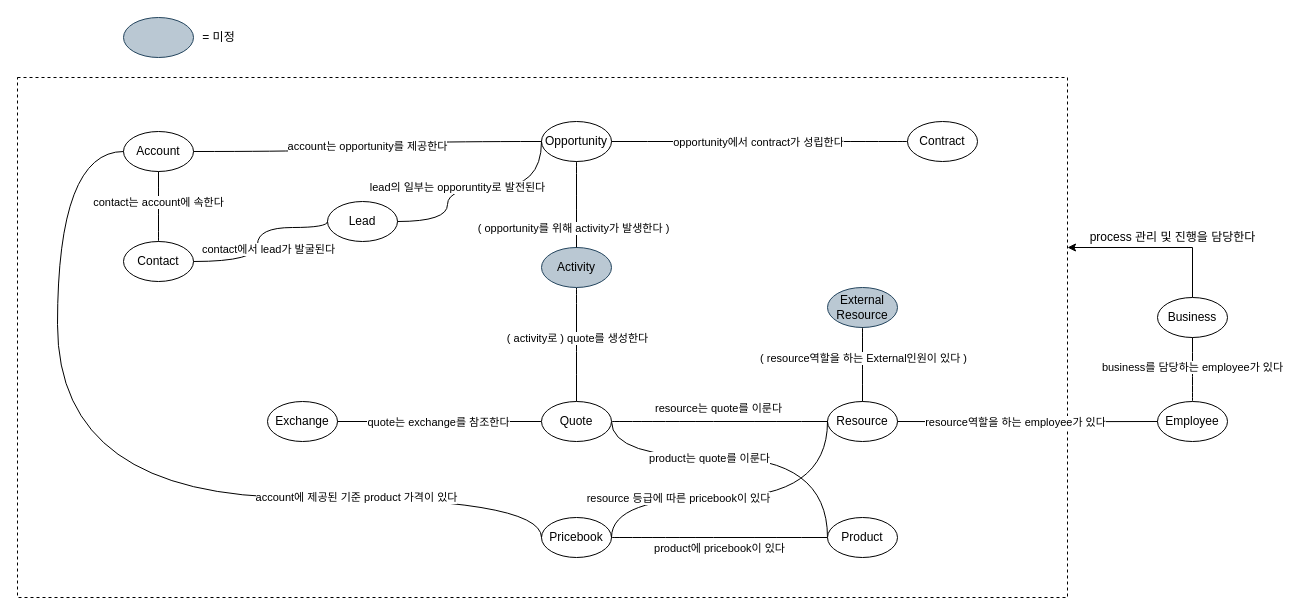
Above: page "개념설계_수정" (2 of 3) of newyork프로젝트_개념설계.drawio in cknet-saleforce/newyork (draw.io), before the change. Source tidied: cells renumbered, new cells numbered last; positions are measured from the earlier drawing's top-left corner, leaving out a move shared by most shapes. Both pictures are drawn from the tidied source at 100%, with x=0, y=0 at pixel (17, 17).
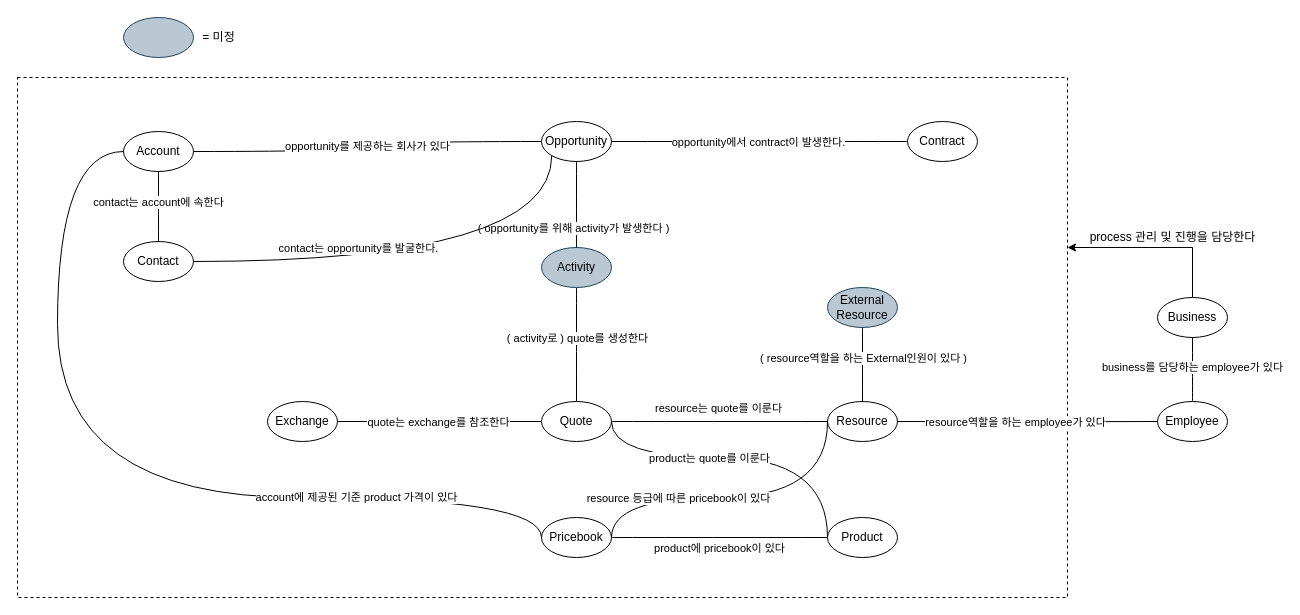
The same page after the edit.

The change refers to these unchanged cells:
```xml
<mxCell id="4" value="Account" style="ellipse;whiteSpace=wrap;html=1;" parent="1" vertex="1">
  <mxGeometry x="106" y="114" width="70" height="40" as="geometry" />
</mxCell>
<mxCell id="5" value="Contact" style="ellipse;whiteSpace=wrap;html=1;" parent="1" vertex="1">
  <mxGeometry x="106" y="224" width="70" height="40" as="geometry" />
</mxCell>
<mxCell id="6" value="Opportunity" style="ellipse;whiteSpace=wrap;html=1;" parent="1" vertex="1">
  <mxGeometry x="524" y="104" width="70" height="40" as="geometry" />
</mxCell>
<mxCell id="19" style="edgeStyle=orthogonalEdgeStyle;jettySize=auto;html=1;entryX=1;entryY=0.5;entryDx=0;entryDy=0;strokeColor=default;curved=1;endArrow=none;endFill=0;exitX=0;exitY=0.5;exitDx=0;exitDy=0;" parent="1" edge="1" source="7" target="6">
  <mxGeometry relative="1" as="geometry" />
</mxCell>
```

What changed in the source:
```diff
@@
-    <mxCell id="3" value="Lead" style="ellipse;whiteSpace=wrap;html=1;" parent="1" vertex="1">
-      <mxGeometry x="310" y="184" width="70" height="40" as="geometry" />
-    </mxCell>
@@
-    <mxCell id="16" value="lead의 일부는 opporuntity로 발전된다" style="edgeStyle=orthogonalEdgeStyle;jettySize=auto;html=1;entryX=0;entryY=0.5;entryDx=0;entryDy=0;strokeColor=default;curved=1;endArrow=none;endFill=0;exitX=1;exitY=0.5;exitDx=0;exitDy=0;" parent="1" edge="1" source="3" target="6">
-      <mxGeometry x="-0.16" relative="1" as="geometry">
-        <Array as="points">
-          <mxPoint x="430" y="204" />
-          <mxPoint x="430" y="170" />
-          <mxPoint x="524" y="170" />
-        </Array>
-      </mxGeometry>
-    </mxCell>
@@
-    <mxCell id="20" value="opportunity에서 contract가 성립한다" style="edgeLabel;html=1;align=center;verticalAlign=middle;" parent="19" vertex="1">
+    <mxCell id="20" value="opportunity에서 contract이 발생한다." style="edgeLabel;html=1;align=center;verticalAlign=middle;" parent="19" vertex="1">
       <mxGeometry x="-0.13" y="1" relative="1" as="geometry">
         <mxPoint x="-21" y="-1" as="offset" />
       </mxGeometry>
     </mxCell>
@@
-    <mxCell id="37" value="account는 opportunity를 제공한다" style="edgeStyle=orthogonalEdgeStyle;jettySize=auto;html=1;entryX=0;entryY=0.5;entryDx=0;entryDy=0;strokeColor=default;curved=1;endArrow=none;endFill=0;exitX=1;exitY=0.5;exitDx=0;exitDy=0;" parent="1" edge="1" source="4" target="6">
+    <mxCell id="37" value="opportunity를 제공하는 회사가 있다" style="edgeStyle=orthogonalEdgeStyle;jettySize=auto;html=1;entryX=0;entryY=0.5;entryDx=0;entryDy=0;strokeColor=default;curved=1;endArrow=none;endFill=0;exitX=1;exitY=0.5;exitDx=0;exitDy=0;" parent="1" edge="1" source="4" target="6">
       <mxGeometry relative="1" as="geometry" />
     </mxCell>
-    <mxCell id="38" style="edgeStyle=orthogonalEdgeStyle;jettySize=auto;html=1;strokeColor=default;curved=1;endArrow=none;endFill=0;exitX=1;exitY=0.5;exitDx=0;exitDy=0;entryX=0;entryY=0.5;entryDx=0;entryDy=0;" parent="1" edge="1" source="5" target="3">
-      <mxGeometry relative="1" as="geometry">
-        <Array as="points">
-          <mxPoint x="240" y="244" />
-          <mxPoint x="240" y="210" />
-          <mxPoint x="310" y="210" />
-        </Array>
-      </mxGeometry>
+    <mxCell id="38" style="edgeStyle=orthogonalEdgeStyle;jettySize=auto;html=1;strokeColor=default;curved=1;endArrow=none;endFill=0;exitX=1;exitY=0.5;exitDx=0;exitDy=0;entryX=0;entryY=1;entryDx=0;entryDy=0;" parent="1" edge="1" source="5" target="6">
+      <mxGeometry relative="1" as="geometry" />
     </mxCell>
-    <mxCell id="39" value="contact에서 lead가 발굴된다" style="edgeLabel;html=1;align=center;verticalAlign=middle;" parent="38" vertex="1">
+    <mxCell id="39" value="contact는 opportunity를 발굴한다." style="edgeLabel;html=1;align=center;verticalAlign=middle;" parent="38" vertex="1">
       <mxGeometry x="-0.11" y="-24" relative="1" as="geometry">
-        <mxPoint x="-14" as="offset" />
+        <mxPoint x="-43" y="-38" as="offset" />
       </mxGeometry>
     </mxCell>
```
